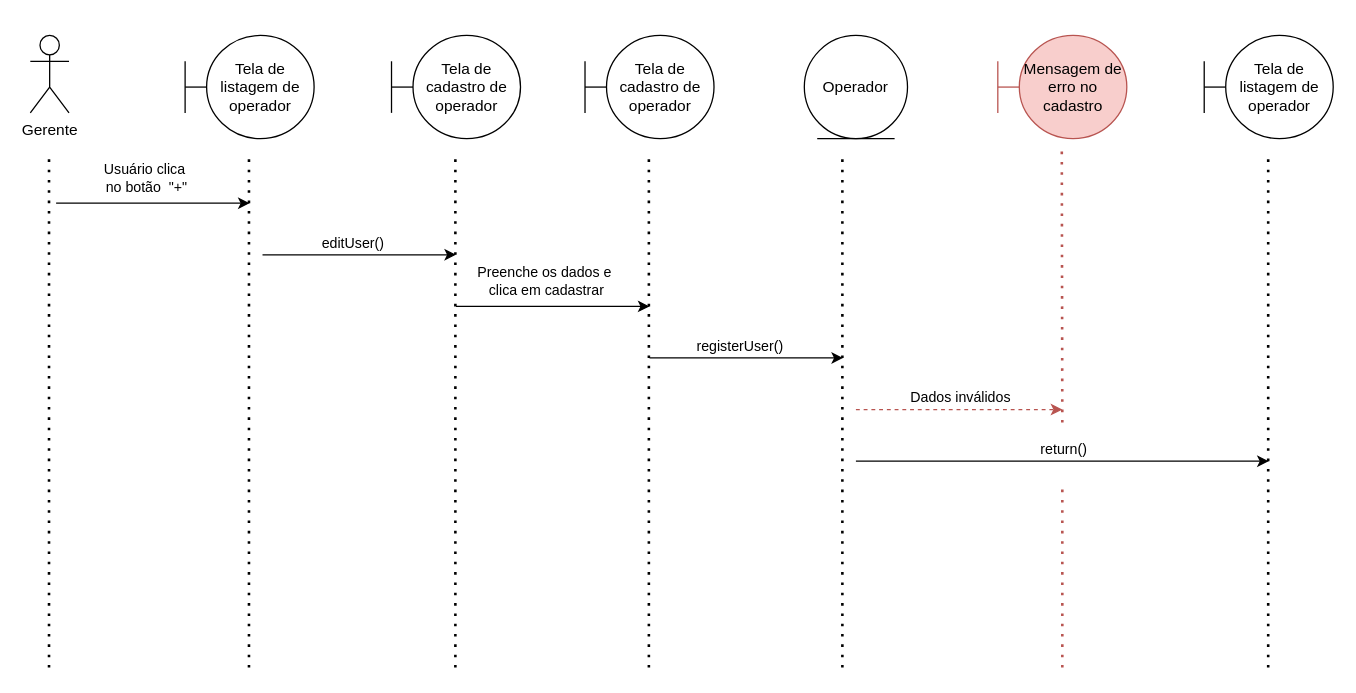
This is page "Diagrama de sequencia - Cadastro de Operador" (16 of 24) of docs/diagrams/MTruck Diagrams.drawio from iamseki/mtruck-api, a draw.io file, before an edit. Source tidied: cells renumbered, new cells numbered last; positions are measured from the earlier drawing's top-left corner, leaving out a move shared by most shapes. Both pictures are drawn from the tidied source at 129%, with x=0, y=0 at pixel (30, 35).
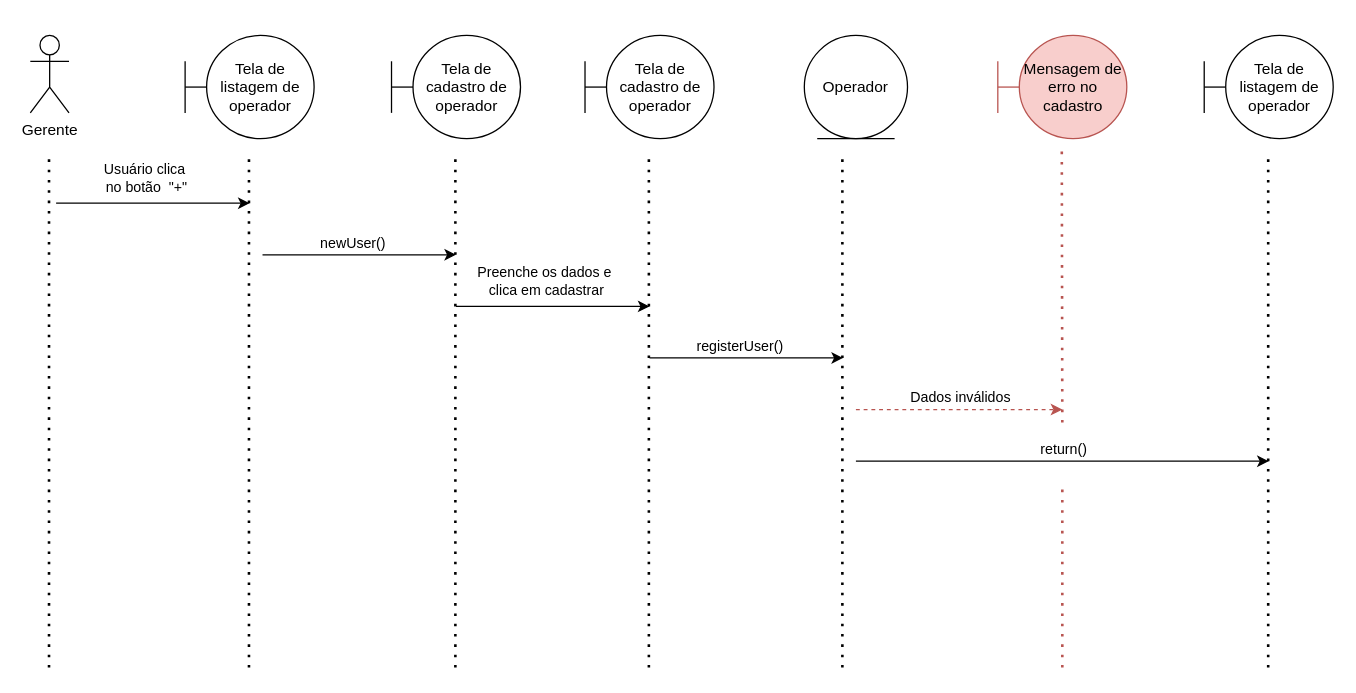
The same page after the edit.

The change refers to these unchanged cells:
```xml
<mxCell id="19" style="endArrow=classic;html=1;" parent="1" edge="1">
  <mxGeometry relative="1" as="geometry">
    <mxPoint x="180" y="170" as="sourcePoint" />
    <mxPoint x="330" y="170" as="targetPoint" />
  </mxGeometry>
</mxCell>
```

Change to the diagram source:
```diff
@@
-    <mxCell id="20" value="editUser()" style="edgeLabel;html=1;align=center;verticalAlign=middle;" parent="19" vertex="1">
+    <mxCell id="20" value="newUser()" style="edgeLabel;html=1;align=center;verticalAlign=middle;" parent="19" vertex="1">
       <mxGeometry x="0.11" y="1" relative="1" as="geometry">
         <mxPoint x="-13.3" y="-9" as="offset" />
       </mxGeometry>
     </mxCell>
```
